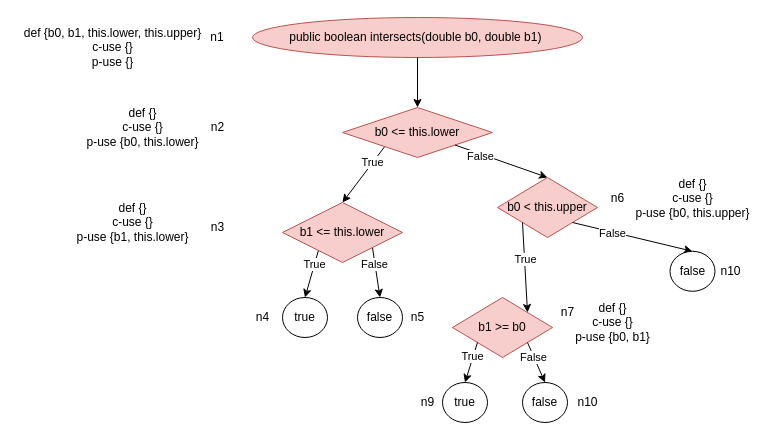
This is drafts/dataflow intersects.drawio from meng-ucalgary/seng-637-assignment-3, a draw.io file, before an edit. Source tidied: cells renumbered, new cells numbered last; positions are measured from the earlier drawing's top-left corner, leaving out a move shared by most shapes. Both pictures are drawn from the tidied source at 100%, with x=0, y=0 at pixel (17, 17).
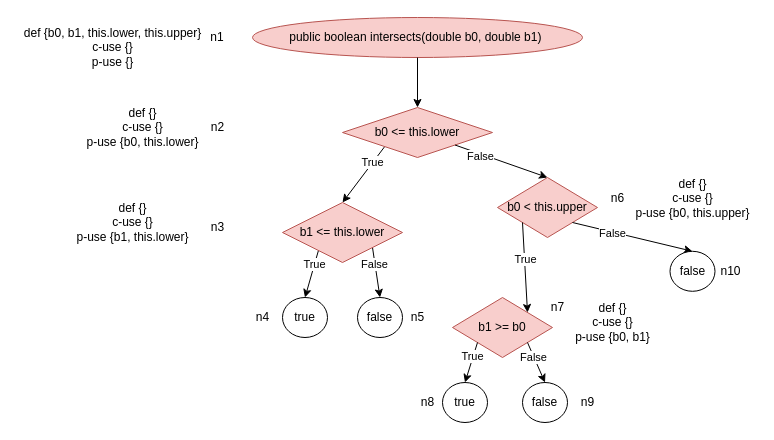
After the change.

Diff of the diagram source:
```diff
@@
     <mxCell id="41" value="n7" style="text;html=1;align=center;verticalAlign=middle;strokeColor=none;fillColor=none;" parent="1" vertex="1">
-      <mxGeometry x="535" y="285" width="30" height="20" as="geometry" />
+      <mxGeometry x="525" y="280" width="30" height="20" as="geometry" />
     </mxCell>
-    <mxCell id="42" value="n9" style="text;html=1;align=center;verticalAlign=middle;strokeColor=none;fillColor=none;" parent="1" vertex="1">
+    <mxCell id="42" value="n8" style="text;html=1;align=center;verticalAlign=middle;strokeColor=none;fillColor=none;" parent="1" vertex="1">
       <mxGeometry x="395" y="375" width="30" height="20" as="geometry" />
     </mxCell>
-    <mxCell id="43" value="n10" style="text;html=1;align=center;verticalAlign=middle;strokeColor=none;fillColor=none;" parent="1" vertex="1">
-      <mxGeometry x="550" y="375" width="40" height="20" as="geometry" />
+    <mxCell id="43" value="n9" style="text;html=1;align=center;verticalAlign=middle;strokeColor=none;fillColor=none;" parent="1" vertex="1">
+      <mxGeometry x="555" y="375" width="30" height="20" as="geometry" />
     </mxCell>
```
